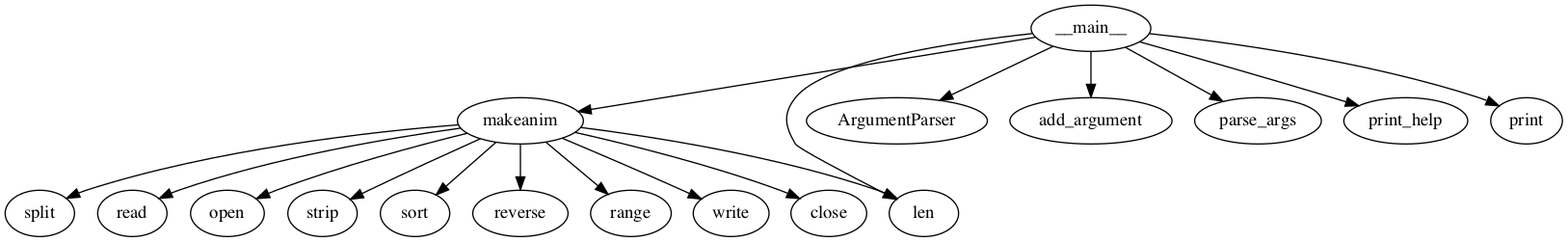
Earlier version of the Graphviz export CallGraph_images/AnimateImages.png (JordanCoyne97/Final_Year_Project). Its source is kept beside it as CallGraph_dots/AnimateImages.dot. Its diagram source:
```dot
strict digraph  {
makeanim;
split;
read;
open;
strip;
sort;
reverse;
len;
range;
write;
close;
__main__;
ArgumentParser;
add_argument;
parse_args;
print_help;
print;
makeanim -> split;
makeanim -> read;
makeanim -> open;
makeanim -> strip;
makeanim -> sort;
makeanim -> reverse;
makeanim -> len;
makeanim -> range;
makeanim -> write;
makeanim -> close;
__main__ -> ArgumentParser;
__main__ -> add_argument;
__main__ -> parse_args;
__main__ -> len;
__main__ -> print_help;
__main__ -> makeanim;
__main__ -> print;
}
```
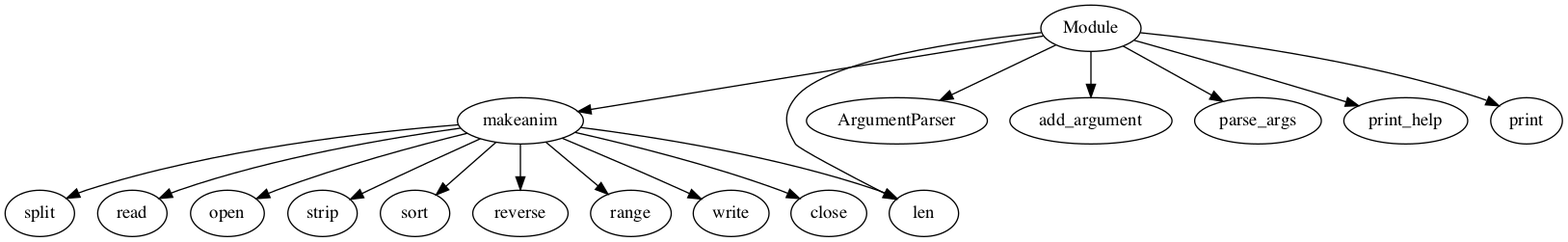
The same diagram one commit later.

Diff of the diagram source:
```diff
@@ -10,7 +10,7 @@
 range;
 write;
 close;
-__main__;
+Module;
 ArgumentParser;
 add_argument;
 parse_args;
@@ -26,11 +26,11 @@
 makeanim -> range;
 makeanim -> write;
 makeanim -> close;
-__main__ -> ArgumentParser;
-__main__ -> add_argument;
-__main__ -> parse_args;
-__main__ -> len;
-__main__ -> print_help;
-__main__ -> makeanim;
-__main__ -> print;
+Module -> ArgumentParser;
+Module -> add_argument;
+Module -> parse_args;
+Module -> len;
+Module -> print_help;
+Module -> makeanim;
+Module -> print;
 }
```
